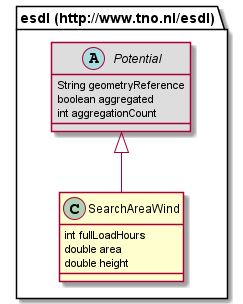
EnergyTransition/energytransition.github.io keeps this PlantUML diagram as 687474703a2f2f7777772e746e6f2e6e6c2f6573646c/SearchAreaWind.png. Above is the earlier version. The source it was exported from:
```plantuml
@startuml
class "esdl (http://www.tno.nl/esdl).SearchAreaWind" [[#router/doc-content/687474703a2f2f7777772e746e6f2e6e6c2f6573646c/SearchAreaWind.html{Specifies search areas for wind turbines. }]] {
	int fullLoadHours
	double area
	double height
}
abstract class "esdl (http://www.tno.nl/esdl).Potential" [[#router/doc-content/687474703a2f2f7777772e746e6f2e6e6c2f6573646c/Potential.html{Abstract class that represents energy potentials in an area, like wind potential, geothermal potential, residual heat source potential, etc.}]] #DDDDDD {
	String geometryReference
	boolean aggregated
	int aggregationCount
}
"esdl (http://www.tno.nl/esdl).Potential" <|-- "esdl (http://www.tno.nl/esdl).SearchAreaWind"
@enduml
```
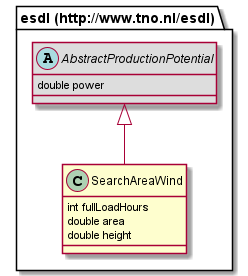
After the commit.

The edit, as a diff of the source:
```diff
@@ -4,10 +4,8 @@
 	double area
 	double height
 }
-abstract class "esdl (http://www.tno.nl/esdl).Potential" [[#router/doc-content/687474703a2f2f7777772e746e6f2e6e6c2f6573646c/Potential.html{Abstract class that represents energy potentials in an area, like wind potential, geothermal potential, residual heat source potential, etc.}]] #DDDDDD {
-	String geometryReference
-	boolean aggregated
-	int aggregationCount
+abstract class "esdl (http://www.tno.nl/esdl).AbstractProductionPotential" [[#router/doc-content/687474703a2f2f7777772e746e6f2e6e6c2f6573646c/AbstractProductionPotential.html{Abstract class for all potentials that relate to production of energy}]] #DDDDDD {
+	double power
 }
-"esdl (http://www.tno.nl/esdl).Potential" <|-- "esdl (http://www.tno.nl/esdl).SearchAreaWind"
+"esdl (http://www.tno.nl/esdl).AbstractProductionPotential" <|-- "esdl (http://www.tno.nl/esdl).SearchAreaWind"
 @enduml
```
